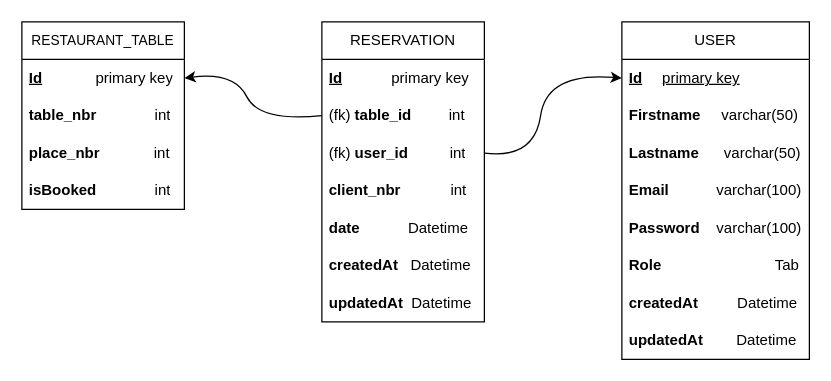
Earlier version of the draw.io diagram mld.drawio (romain-chazaut/silver-micro). Source tidied: cells renumbered, new cells numbered last; positions are measured from the earlier drawing's top-left corner, leaving out a move shared by most shapes. Both pictures are drawn from the tidied source at 125%, with x=0, y=0 at pixel (21, 21).
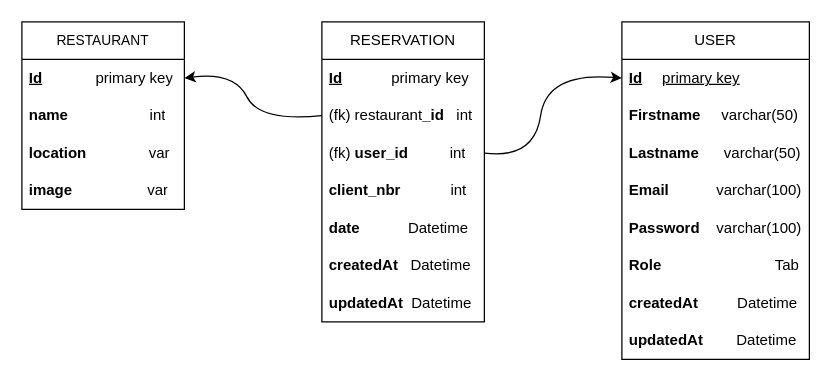
The same diagram, later.

Unchanged cells that the change refers to:
```xml
<mxCell id="16" value="RESERVATION" style="swimlane;fontStyle=0;horizontal=1;startSize=30;whiteSpace=wrap;html=1;" parent="1" vertex="1">
  <mxGeometry x="240" width="130" height="240" as="geometry" />
</mxCell>
```

What changed in the source:
```diff
@@
-    <mxCell id="2" value="&lt;span style=&quot;font-size: 11px;&quot;&gt;RESTAURANT_TABLE&lt;/span&gt;" style="swimlane;fontStyle=0;horizontal=1;startSize=30;whiteSpace=wrap;html=1;" parent="1" vertex="1">
+    <mxCell id="2" value="&lt;span style=&quot;font-size: 11px;&quot;&gt;RESTAURANT&lt;/span&gt;" style="swimlane;fontStyle=0;horizontal=1;startSize=30;whiteSpace=wrap;html=1;align=center;" parent="1" vertex="1">
       <mxGeometry width="130" height="150" as="geometry" />
     </mxCell>
@@
-    <mxCell id="4" value="&lt;b&gt;table_nbr&amp;nbsp; &amp;nbsp; &amp;nbsp; &amp;nbsp; &amp;nbsp; &amp;nbsp; &amp;nbsp; &lt;/b&gt;int" style="text;strokeColor=none;fillColor=none;align=left;verticalAlign=middle;spacingLeft=4;spacingRight=4;overflow=hidden;whiteSpace=wrap;html=1;" parent="2" vertex="1">
+    <mxCell id="4" value="&lt;b&gt;name&lt;span style=&quot;white-space: pre;&quot;&gt;&#9;&lt;/span&gt;&amp;nbsp; &amp;nbsp; &amp;nbsp; &amp;nbsp; &amp;nbsp; &amp;nbsp; &amp;nbsp;&lt;/b&gt;int" style="text;strokeColor=none;fillColor=none;align=left;verticalAlign=middle;spacingLeft=4;spacingRight=4;overflow=hidden;whiteSpace=wrap;html=1;" parent="2" vertex="1">
       <mxGeometry y="60" width="130" height="30" as="geometry" />
     </mxCell>
-    <mxCell id="5" value="&lt;b&gt;place_nbr&amp;nbsp; &amp;nbsp; &amp;nbsp; &amp;nbsp; &amp;nbsp; &amp;nbsp; &amp;nbsp;&lt;/b&gt;int" style="text;strokeColor=none;fillColor=none;align=left;verticalAlign=middle;spacingLeft=4;spacingRight=4;overflow=hidden;whiteSpace=wrap;html=1;" parent="2" vertex="1">
+    <mxCell id="5" value="&lt;b&gt;location&amp;nbsp; &amp;nbsp; &amp;nbsp; &amp;nbsp; &amp;nbsp; &amp;nbsp; &amp;nbsp; &amp;nbsp;&lt;/b&gt;var" style="text;strokeColor=none;fillColor=none;align=left;verticalAlign=middle;spacingLeft=4;spacingRight=4;overflow=hidden;whiteSpace=wrap;html=1;" parent="2" vertex="1">
       <mxGeometry y="90" width="130" height="30" as="geometry" />
     </mxCell>
-    <mxCell id="6" value="&lt;b&gt;isBooked&amp;nbsp; &amp;nbsp; &amp;nbsp; &amp;nbsp; &amp;nbsp; &amp;nbsp; &amp;nbsp; &lt;/b&gt;int" style="text;strokeColor=none;fillColor=none;align=left;verticalAlign=middle;spacingLeft=4;spacingRight=4;overflow=hidden;whiteSpace=wrap;html=1;" parent="2" vertex="1">
+    <mxCell id="6" value="&lt;b&gt;image&amp;nbsp; &amp;nbsp; &amp;nbsp; &amp;nbsp; &amp;nbsp; &amp;nbsp; &amp;nbsp; &amp;nbsp; &amp;nbsp; &lt;/b&gt;var" style="text;strokeColor=none;fillColor=none;align=left;verticalAlign=middle;spacingLeft=4;spacingRight=4;overflow=hidden;whiteSpace=wrap;html=1;" parent="2" vertex="1">
       <mxGeometry y="120" width="130" height="30" as="geometry" />
     </mxCell>
@@
-    <mxCell id="18" value="(fk)&amp;nbsp;&lt;b&gt;table_id&amp;nbsp; &amp;nbsp; &amp;nbsp; &amp;nbsp; &amp;nbsp;&lt;/b&gt;int" style="text;strokeColor=none;fillColor=none;align=left;verticalAlign=middle;spacingLeft=4;spacingRight=4;overflow=hidden;points=[[0,0.5],[1,0.5]];portConstraint=eastwest;whiteSpace=wrap;html=1;" parent="16" vertex="1">
+    <mxCell id="18" value="(fk) restaurant&lt;b&gt;_id&amp;nbsp; &amp;nbsp;&lt;/b&gt;int" style="text;strokeColor=none;fillColor=none;align=left;verticalAlign=middle;spacingLeft=4;spacingRight=4;overflow=hidden;points=[[0,0.5],[1,0.5]];portConstraint=eastwest;whiteSpace=wrap;html=1;" parent="16" vertex="1">
       <mxGeometry y="60" width="130" height="30" as="geometry" />
     </mxCell>
```
